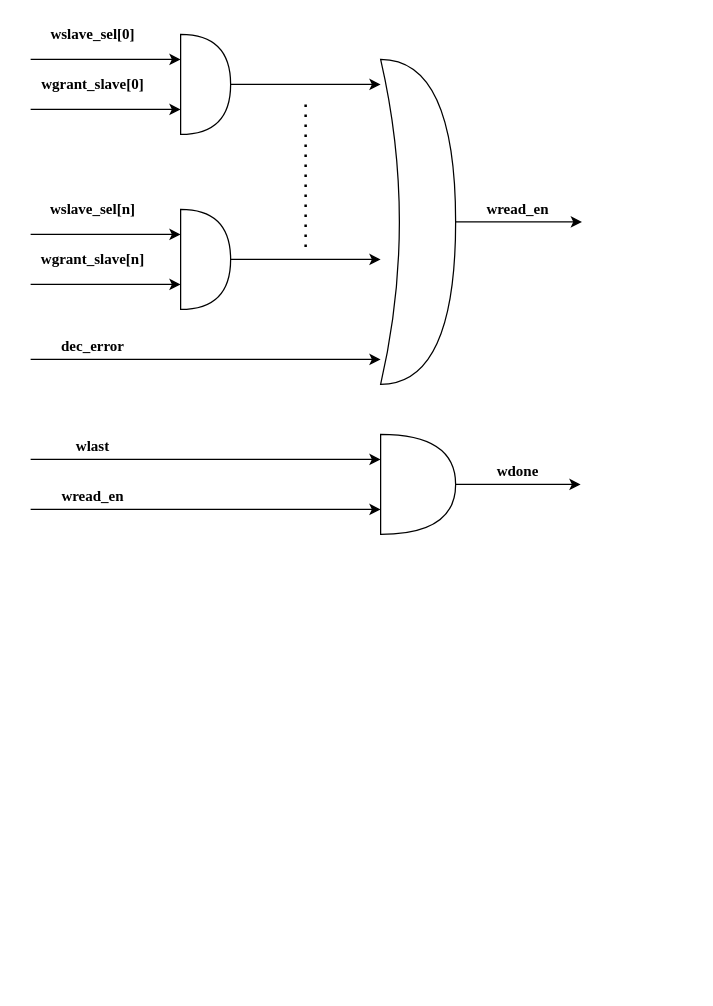
Before: page "Router" (3 of 5) of VG_AxiBus/Doc/Interfaces.drawio in nguyenquanicd/VG_RTL, a draw.io diagram. Source tidied: cells renumbered, new cells numbered last; positions are measured from the earlier drawing's top-left corner, leaving out a move shared by most shapes. Both pictures are drawn from the tidied source at 125%, with x=0, y=0 at pixel (30, 21).
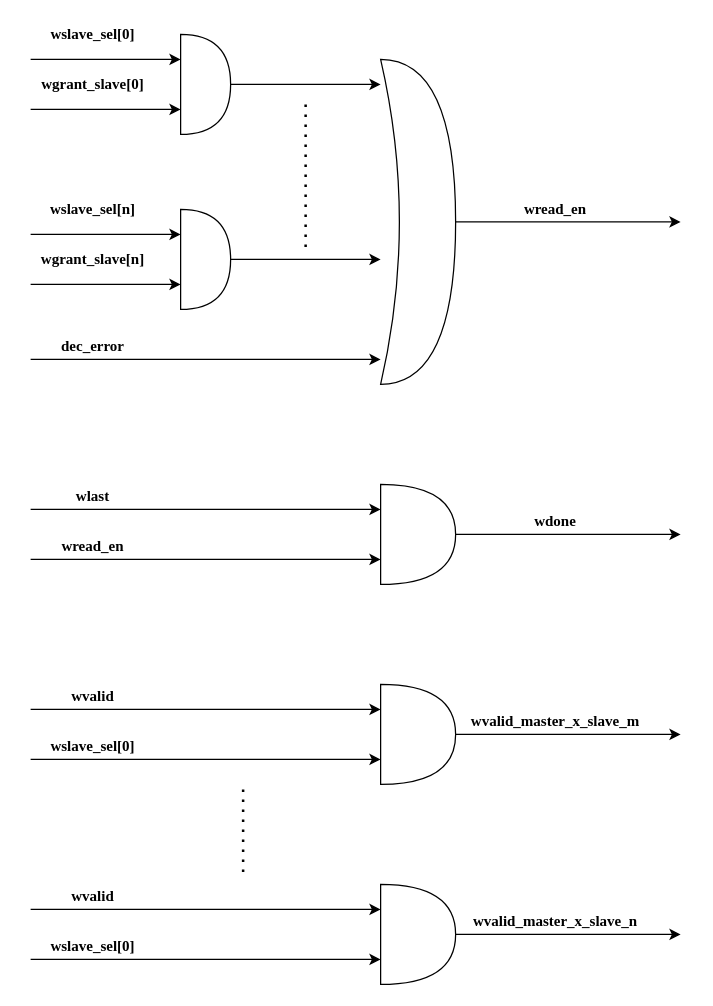
The same diagram, later.

Unchanged cells that the change refers to:
```xml
<mxCell id="17" style="shape=xor;whiteSpace=wrap;html=1;shadow=0;" parent="1" vertex="1">
  <mxGeometry x="280" y="30" width="60" height="260" as="geometry" />
</mxCell>
```

Diff of the diagram source:
```diff
@@
     <mxCell id="16" style="edgeStyle=orthogonalEdgeStyle;rounded=0;jettySize=auto;html=1;shadow=0;strokeColor=#000000;fillColor=#004C99;" parent="1" edge="1" source="17">
       <mxGeometry relative="1" as="geometry">
-        <mxPoint x="441.1" y="160" as="targetPoint" />
+        <mxPoint x="520" y="160" as="targetPoint" />
       </mxGeometry>
     </mxCell>
@@
     <mxCell id="19" value="&lt;font face=&quot;Times New Roman&quot;&gt;&lt;b&gt;wread_en&lt;/b&gt;&lt;/font&gt;" style="text;html=1;strokeColor=none;fillColor=none;align=center;verticalAlign=middle;whiteSpace=wrap;rounded=0;" parent="1" vertex="1">
-      <mxGeometry x="370" y="140" width="40" height="20" as="geometry" />
+      <mxGeometry x="400" y="140" width="40" height="20" as="geometry" />
     </mxCell>
     <mxCell id="20" style="endArrow=classic;html=1;" parent="1" edge="1">
       <mxGeometry relative="1" as="geometry">
-        <mxPoint y="350" as="sourcePoint" />
-        <mxPoint x="280" y="350" as="targetPoint" />
+        <mxPoint y="390" as="sourcePoint" />
+        <mxPoint x="280" y="390" as="targetPoint" />
       </mxGeometry>
     </mxCell>
     <mxCell id="21" value="&lt;font face=&quot;Times New Roman&quot;&gt;&lt;b&gt;wlast&lt;/b&gt;&lt;/font&gt;" style="text;html=1;strokeColor=none;fillColor=none;align=center;verticalAlign=middle;whiteSpace=wrap;rounded=0;" parent="1" vertex="1">
-      <mxGeometry x="30" y="330" width="40" height="20" as="geometry" />
+      <mxGeometry x="30" y="370" width="40" height="20" as="geometry" />
     </mxCell>
     <mxCell id="22" style="endArrow=classic;html=1;" parent="1" edge="1">
       <mxGeometry relative="1" as="geometry">
-        <mxPoint y="390" as="sourcePoint" />
-        <mxPoint x="280" y="390" as="targetPoint" />
+        <mxPoint y="430" as="sourcePoint" />
+        <mxPoint x="280" y="430" as="targetPoint" />
       </mxGeometry>
     </mxCell>
     <mxCell id="23" value="&lt;font face=&quot;Times New Roman&quot;&gt;&lt;b&gt;wread_en&lt;/b&gt;&lt;/font&gt;" style="text;html=1;strokeColor=none;fillColor=none;align=center;verticalAlign=middle;whiteSpace=wrap;rounded=0;" parent="1" vertex="1">
-      <mxGeometry x="30" y="370" width="40" height="20" as="geometry" />
+      <mxGeometry x="30" y="410" width="40" height="20" as="geometry" />
     </mxCell>
     <mxCell id="24" style="edgeStyle=orthogonalEdgeStyle;rounded=0;jettySize=auto;html=1;" parent="1" edge="1" source="25">
       <mxGeometry relative="1" as="geometry">
-        <mxPoint x="440" y="370" as="targetPoint" />
+        <mxPoint x="520" y="410" as="targetPoint" />
       </mxGeometry>
     </mxCell>
     <mxCell id="25" style="shape=or;whiteSpace=wrap;html=1;" parent="1" vertex="1">
-      <mxGeometry x="280" y="330" width="60" height="80" as="geometry" />
+      <mxGeometry x="280" y="370" width="60" height="80" as="geometry" />
     </mxCell>
     <mxCell id="26" value="&lt;font face=&quot;Times New Roman&quot;&gt;&lt;b&gt;wdone&lt;/b&gt;&lt;/font&gt;" style="text;html=1;strokeColor=none;fillColor=none;align=center;verticalAlign=middle;whiteSpace=wrap;rounded=0;" parent="1" vertex="1">
-      <mxGeometry x="370" y="350" width="40" height="20" as="geometry" />
+      <mxGeometry x="400" y="390" width="40" height="20" as="geometry" />
     </mxCell>
+    <mxCell id="27" style="endArrow=classic;html=1;" parent="1" edge="1">
+      <mxGeometry relative="1" as="geometry">
+        <mxPoint y="550" as="sourcePoint" />
+        <mxPoint x="280" y="550" as="targetPoint" />
+      </mxGeometry>
+    </mxCell>
+    <mxCell id="28" value="&lt;font face=&quot;Times New Roman&quot;&gt;&lt;b&gt;wvalid&lt;/b&gt;&lt;/font&gt;" style="text;html=1;strokeColor=none;fillColor=none;align=center;verticalAlign=middle;whiteSpace=wrap;rounded=0;" parent="1" vertex="1">
+      <mxGeometry x="30" y="530" width="40" height="20" as="geometry" />
+    </mxCell>
+    <mxCell id="29" value="&lt;font face=&quot;Times New Roman&quot;&gt;&lt;b&gt;wvalid_master_x_slave_m&lt;/b&gt;&lt;/font&gt;" style="text;html=1;strokeColor=none;fillColor=none;align=center;verticalAlign=middle;whiteSpace=wrap;rounded=0;" parent="1" vertex="1">
+      <mxGeometry x="400" y="550" width="40" height="20" as="geometry" />
+    </mxCell>
+    <mxCell id="30" value="&lt;font face=&quot;Times New Roman&quot;&gt;&lt;b&gt;wvalid_master_x_slave_n&lt;/b&gt;&lt;/font&gt;" style="text;html=1;strokeColor=none;fillColor=none;align=center;verticalAlign=middle;whiteSpace=wrap;rounded=0;" parent="1" vertex="1">
+      <mxGeometry x="400" y="710" width="40" height="20" as="geometry" />
+    </mxCell>
+    <mxCell id="31" style="edgeStyle=orthogonalEdgeStyle;rounded=0;jettySize=auto;html=1;" parent="1" edge="1" source="32">
+      <mxGeometry relative="1" as="geometry">
+        <mxPoint x="520" y="570" as="targetPoint" />
+      </mxGeometry>
+    </mxCell>
+    <mxCell id="32" style="shape=or;whiteSpace=wrap;html=1;" parent="1" vertex="1">
+      <mxGeometry x="280" y="530" width="60" height="80" as="geometry" />
+    </mxCell>
+    <mxCell id="33" style="endArrow=classic;html=1;" parent="1" edge="1">
+      <mxGeometry relative="1" as="geometry">
+        <mxPoint y="590" as="sourcePoint" />
+        <mxPoint x="280" y="590" as="targetPoint" />
+      </mxGeometry>
+    </mxCell>
+    <mxCell id="34" value="&lt;font face=&quot;Times New Roman&quot;&gt;&lt;b&gt;wslave_sel[0]&lt;/b&gt;&lt;/font&gt;" style="text;html=1;strokeColor=none;fillColor=none;align=center;verticalAlign=middle;whiteSpace=wrap;rounded=0;" parent="1" vertex="1">
+      <mxGeometry x="30" y="570" width="40" height="20" as="geometry" />
+    </mxCell>
+    <mxCell id="35" style="endArrow=classic;html=1;" parent="1" edge="1">
+      <mxGeometry relative="1" as="geometry">
+        <mxPoint y="710" as="sourcePoint" />
+        <mxPoint x="280" y="710" as="targetPoint" />
+      </mxGeometry>
+    </mxCell>
+    <mxCell id="36" value="&lt;font face=&quot;Times New Roman&quot;&gt;&lt;b&gt;wvalid&lt;/b&gt;&lt;/font&gt;" style="text;html=1;strokeColor=none;fillColor=none;align=center;verticalAlign=middle;whiteSpace=wrap;rounded=0;" parent="1" vertex="1">
+      <mxGeometry x="30" y="690" width="40" height="20" as="geometry" />
+    </mxCell>
+    <mxCell id="37" style="edgeStyle=orthogonalEdgeStyle;rounded=0;jettySize=auto;html=1;" parent="1" edge="1" source="38">
+      <mxGeometry relative="1" as="geometry">
+        <mxPoint x="520" y="730" as="targetPoint" />
+      </mxGeometry>
+    </mxCell>
+    <mxCell id="38" style="shape=or;whiteSpace=wrap;html=1;" parent="1" vertex="1">
+      <mxGeometry x="280" y="690" width="60" height="80" as="geometry" />
+    </mxCell>
+    <mxCell id="39" style="endArrow=classic;html=1;" parent="1" edge="1">
+      <mxGeometry relative="1" as="geometry">
+        <mxPoint y="750" as="sourcePoint" />
+        <mxPoint x="280" y="750" as="targetPoint" />
+      </mxGeometry>
+    </mxCell>
+    <mxCell id="40" value="&lt;font face=&quot;Times New Roman&quot;&gt;&lt;b&gt;wslave_sel[0]&lt;/b&gt;&lt;/font&gt;" style="text;html=1;strokeColor=none;fillColor=none;align=center;verticalAlign=middle;whiteSpace=wrap;rounded=0;" parent="1" vertex="1">
+      <mxGeometry x="30" y="730" width="40" height="20" as="geometry" />
+    </mxCell>
+    <mxCell id="41" style="endArrow=none;dashed=1;html=1;dashPattern=1 3;strokeWidth=2;" parent="1" edge="1">
+      <mxGeometry relative="1" as="geometry">
+        <mxPoint x="170" y="680" as="sourcePoint" />
+        <mxPoint x="170" y="610" as="targetPoint" />
+      </mxGeometry>
+    </mxCell>
```
